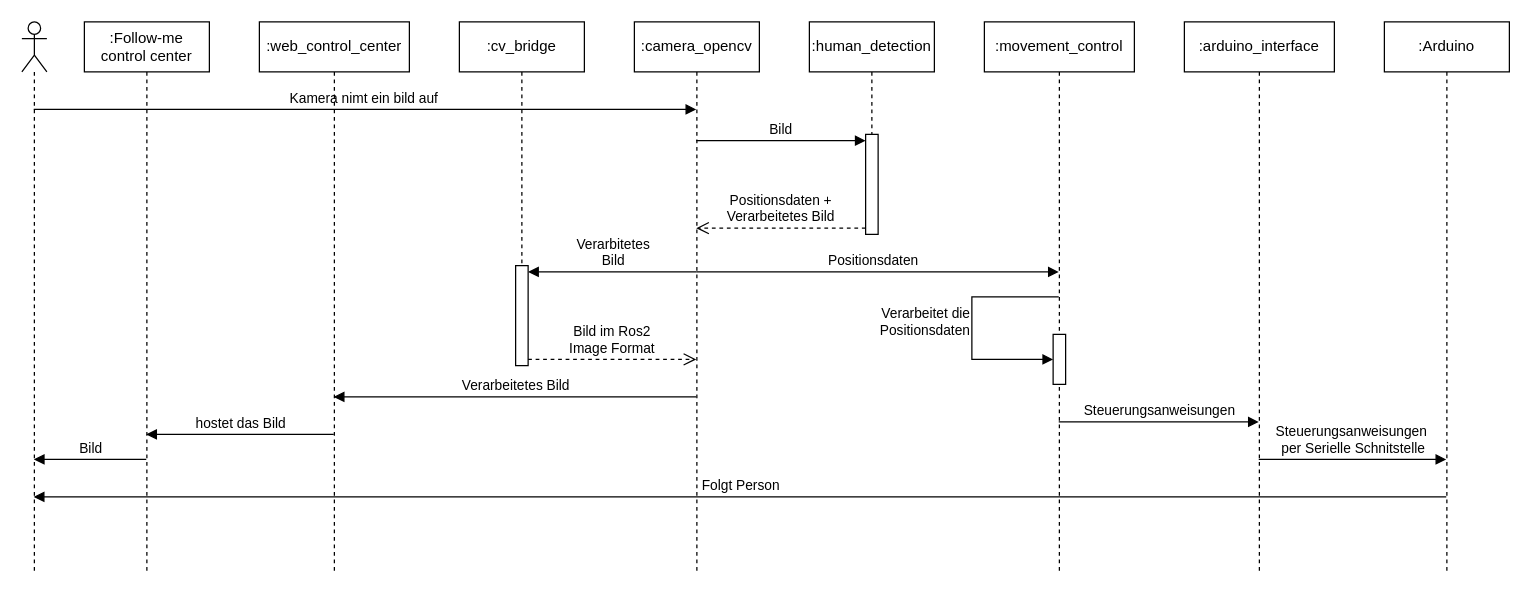
Above: page "Sequenzdiagram" (6 of 6) of Documentation/development/images/Desing_Entwurf_7.drawio in tBuddy00/Follow-Me-Roboter (draw.io), before the change. Source tidied: cells renumbered, new cells numbered last; positions are measured from the earlier drawing's top-left corner, leaving out a move shared by most shapes. Both pictures are drawn from the tidied source at 125%, with x=0, y=0 at pixel (21, 21).
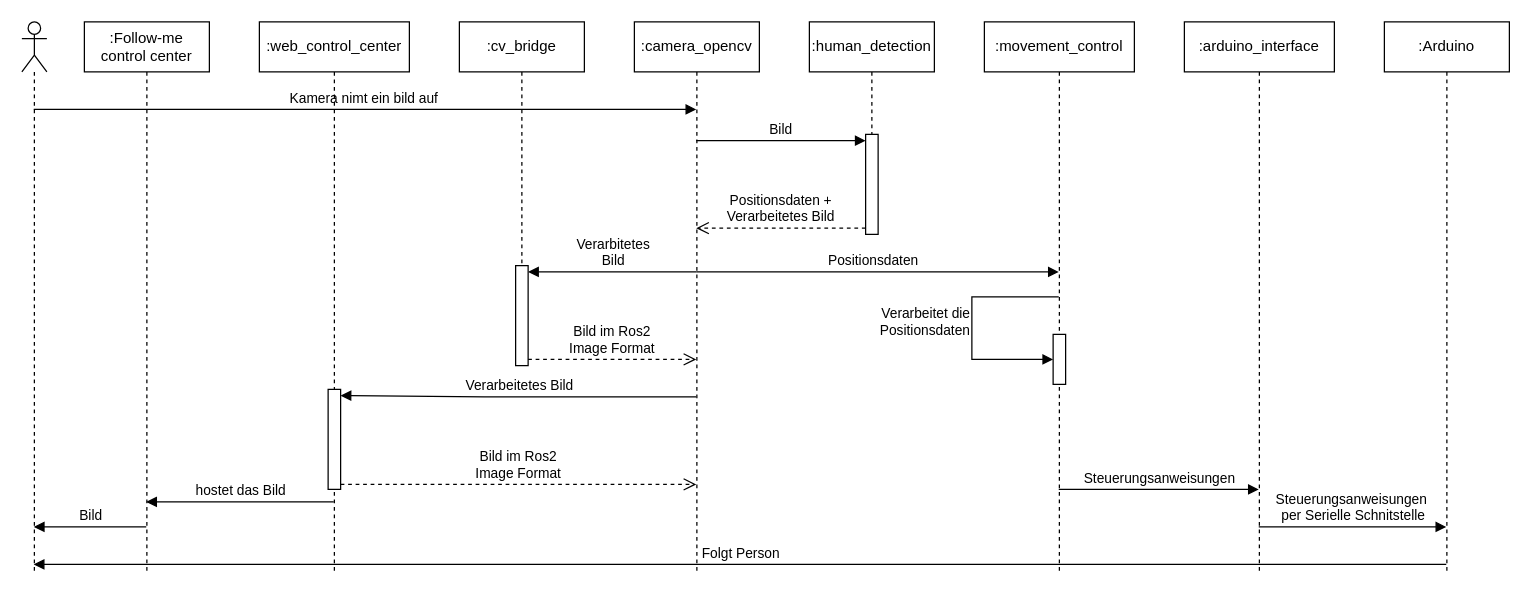
Above is the later version.

The change refers to these unchanged cells:
```xml
<mxCell id="2" style="shape=umlLifeline;perimeter=lifelinePerimeter;whiteSpace=wrap;html=1;outlineConnect=0;portConstraint=eastwest;newEdgeStyle={&quot;curved&quot;:0,&quot;rounded&quot;:0};participant=umlActor;" parent="1" vertex="1">
  <mxGeometry width="20" height="440" as="geometry" />
</mxCell>
<mxCell id="3" value=":camera_opencv" style="shape=umlLifeline;perimeter=lifelinePerimeter;whiteSpace=wrap;html=1;outlineConnect=0;portConstraint=eastwest;newEdgeStyle={&quot;curved&quot;:0,&quot;rounded&quot;:0};" parent="1" vertex="1">
  <mxGeometry x="490" width="100" height="440" as="geometry" />
</mxCell>
<mxCell id="7" value=":web_control_center" style="shape=umlLifeline;perimeter=lifelinePerimeter;whiteSpace=wrap;html=1;outlineConnect=0;portConstraint=eastwest;newEdgeStyle={&quot;curved&quot;:0,&quot;rounded&quot;:0};" parent="1" vertex="1">
  <mxGeometry x="190" width="120" height="440" as="geometry" />
</mxCell>
<mxCell id="8" value=":movement_control" style="shape=umlLifeline;perimeter=lifelinePerimeter;whiteSpace=wrap;html=1;outlineConnect=0;portConstraint=eastwest;newEdgeStyle={&quot;curved&quot;:0,&quot;rounded&quot;:0};" parent="1" vertex="1">
  <mxGeometry x="770" width="120" height="440" as="geometry" />
</mxCell>
<mxCell id="13" value=":Follow-me control center" style="shape=umlLifeline;perimeter=lifelinePerimeter;whiteSpace=wrap;html=1;outlineConnect=0;portConstraint=eastwest;newEdgeStyle={&quot;curved&quot;:0,&quot;rounded&quot;:0};" parent="1" vertex="1">
  <mxGeometry x="50" width="100" height="440" as="geometry" />
</mxCell>
<mxCell id="15" value=":arduino_interface" style="shape=umlLifeline;perimeter=lifelinePerimeter;whiteSpace=wrap;html=1;outlineConnect=0;portConstraint=eastwest;newEdgeStyle={&quot;curved&quot;:0,&quot;rounded&quot;:0};" parent="1" vertex="1">
  <mxGeometry x="930" width="120" height="440" as="geometry" />
</mxCell>
<mxCell id="17" value=":Arduino" style="shape=umlLifeline;perimeter=lifelinePerimeter;whiteSpace=wrap;html=1;outlineConnect=0;portConstraint=eastwest;newEdgeStyle={&quot;curved&quot;:0,&quot;rounded&quot;:0};" parent="1" vertex="1">
  <mxGeometry x="1090" width="100" height="440" as="geometry" />
</mxCell>
```

The edit, as a diff of the source:
```diff
@@
+    <mxCell id="27" style="html=1;points=[[0,0,0,0,5],[0,1,0,0,-5],[1,0,0,0,5],[1,1,0,0,-5]];perimeter=orthogonalPerimeter;outlineConnect=0;targetShapes=umlLifeline;portConstraint=eastwest;newEdgeStyle={&quot;curved&quot;:0,&quot;rounded&quot;:0};" parent="7" vertex="1">
+      <mxGeometry x="55" y="294" width="10" height="80" as="geometry" />
+    </mxCell>
@@
-    <mxCell id="11" value="Verarbeitetes Bild" style="html=1;verticalAlign=bottom;endArrow=block;curved=0;rounded=0;" parent="1" edge="1" source="3" target="7">
+    <mxCell id="11" value="Verarbeitetes Bild" style="html=1;verticalAlign=bottom;endArrow=block;curved=0;rounded=0;entryX=1;entryY=0;entryDx=0;entryDy=5;entryPerimeter=0;" parent="1" edge="1" source="3" target="27">
       <mxGeometry relative="1" as="geometry">
         <Array as="points">
           <mxPoint x="370" y="300" />
         </Array>
       </mxGeometry>
     </mxCell>
@@
-    <mxCell id="14" value="hostet das Bild" style="html=1;verticalAlign=bottom;endArrow=block;curved=0;rounded=0;" parent="1" edge="1" source="7" target="13">
+    <mxCell id="14" value="hostet das Bild" style="html=1;verticalAlign=bottom;endArrow=block;curved=0;rounded=0;" parent="1" edge="1">
       <mxGeometry relative="1" as="geometry">
+        <mxPoint x="249.5" y="384" as="sourcePoint" />
+        <mxPoint x="99.5" y="384" as="targetPoint" />
         <Array as="points">
-          <mxPoint x="230" y="330" />
+          <mxPoint x="230" y="384" />
         </Array>
       </mxGeometry>
     </mxCell>
@@
-    <mxCell id="16" value="Steuerungsanweisungen" style="html=1;verticalAlign=bottom;endArrow=block;curved=0;rounded=0;" parent="1" edge="1" source="8" target="15">
+    <mxCell id="16" value="Steuerungsanweisungen" style="html=1;verticalAlign=bottom;endArrow=block;curved=0;rounded=0;" parent="1" edge="1">
       <mxGeometry relative="1" as="geometry">
+        <mxPoint x="829.5" y="374" as="sourcePoint" />
+        <mxPoint x="989.5" y="374" as="targetPoint" />
         <Array as="points">
-          <mxPoint x="950" y="320" />
+          <mxPoint x="950" y="374" />
         </Array>
       </mxGeometry>
     </mxCell>
@@
-    <mxCell id="18" value="Steuerungsanweisungen&amp;nbsp;&lt;br&gt;per Serielle Schnitstelle" style="html=1;verticalAlign=bottom;endArrow=block;curved=0;rounded=0;" parent="1" edge="1" source="15" target="17">
+    <mxCell id="18" value="Steuerungsanweisungen&amp;nbsp;&lt;br&gt;per Serielle Schnitstelle" style="html=1;verticalAlign=bottom;endArrow=block;curved=0;rounded=0;" parent="1" edge="1">
       <mxGeometry relative="1" as="geometry">
+        <mxPoint x="989.5" y="404" as="sourcePoint" />
+        <mxPoint x="1139.5" y="404" as="targetPoint" />
         <Array as="points">
-          <mxPoint x="1090" y="350" />
+          <mxPoint x="1090" y="404" />
         </Array>
       </mxGeometry>
     </mxCell>
@@
     <mxCell id="23" value="Bild" style="html=1;verticalAlign=bottom;endArrow=block;curved=0;rounded=0;" parent="1" edge="1">
       <mxGeometry relative="1" as="geometry">
-        <mxPoint x="99.5" y="350" as="sourcePoint" />
-        <mxPoint x="9.6" y="350" as="targetPoint" />
+        <mxPoint x="99.5" y="404" as="sourcePoint" />
+        <mxPoint x="9.6" y="404" as="targetPoint" />
         <Array as="points">
-          <mxPoint x="80" y="350" />
+          <mxPoint x="80" y="404" />
         </Array>
       </mxGeometry>
     </mxCell>
@@
-    <mxCell id="26" value="Folgt Person" style="html=1;verticalAlign=bottom;endArrow=block;curved=0;rounded=0;" parent="1" edge="1" source="17" target="2">
+    <mxCell id="26" value="Folgt Person" style="html=1;verticalAlign=bottom;endArrow=block;curved=0;rounded=0;" parent="1" edge="1">
       <mxGeometry relative="1" as="geometry">
+        <mxPoint x="1139.5" y="434" as="sourcePoint" />
+        <mxPoint x="9.5" y="434" as="targetPoint" />
         <Array as="points">
-          <mxPoint x="590" y="380" />
+          <mxPoint x="590" y="434" />
         </Array>
       </mxGeometry>
     </mxCell>
+    <mxCell id="28" value="Bild im Ros2 &lt;br&gt;Image Format" style="html=1;verticalAlign=bottom;endArrow=open;dashed=1;endSize=8;curved=0;rounded=0;" parent="1" edge="1">
+      <mxGeometry relative="1" as="geometry">
+        <mxPoint x="255" y="370" as="sourcePoint" />
+        <mxPoint x="539.5" y="370" as="targetPoint" />
+      </mxGeometry>
+    </mxCell>
```
